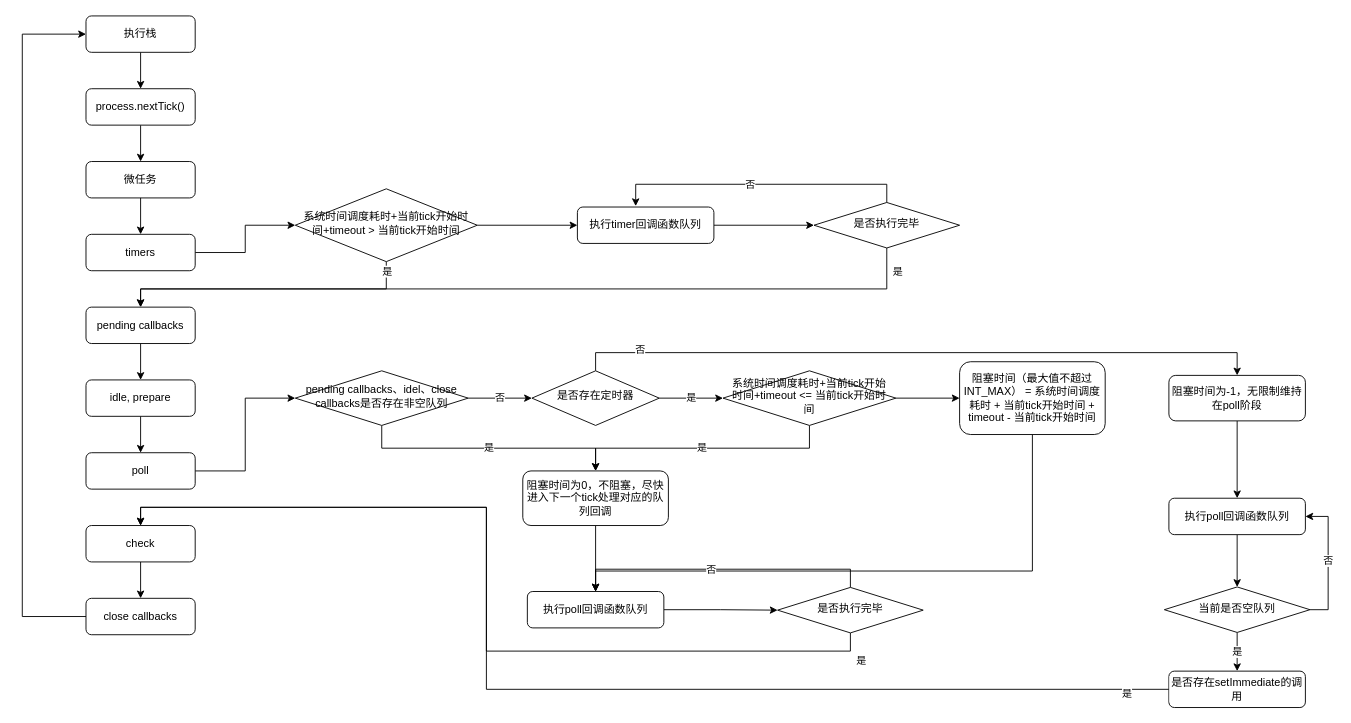
Above: frontend/node_eventloop.drawio in Rockergmail/draw.io (draw.io), before the change. Source tidied: cells renumbered, new cells numbered last; positions are measured from the earlier drawing's top-left corner, leaving out a move shared by most shapes. Both pictures are drawn from the tidied source at 91%, with x=0, y=0 at pixel (22, 15).
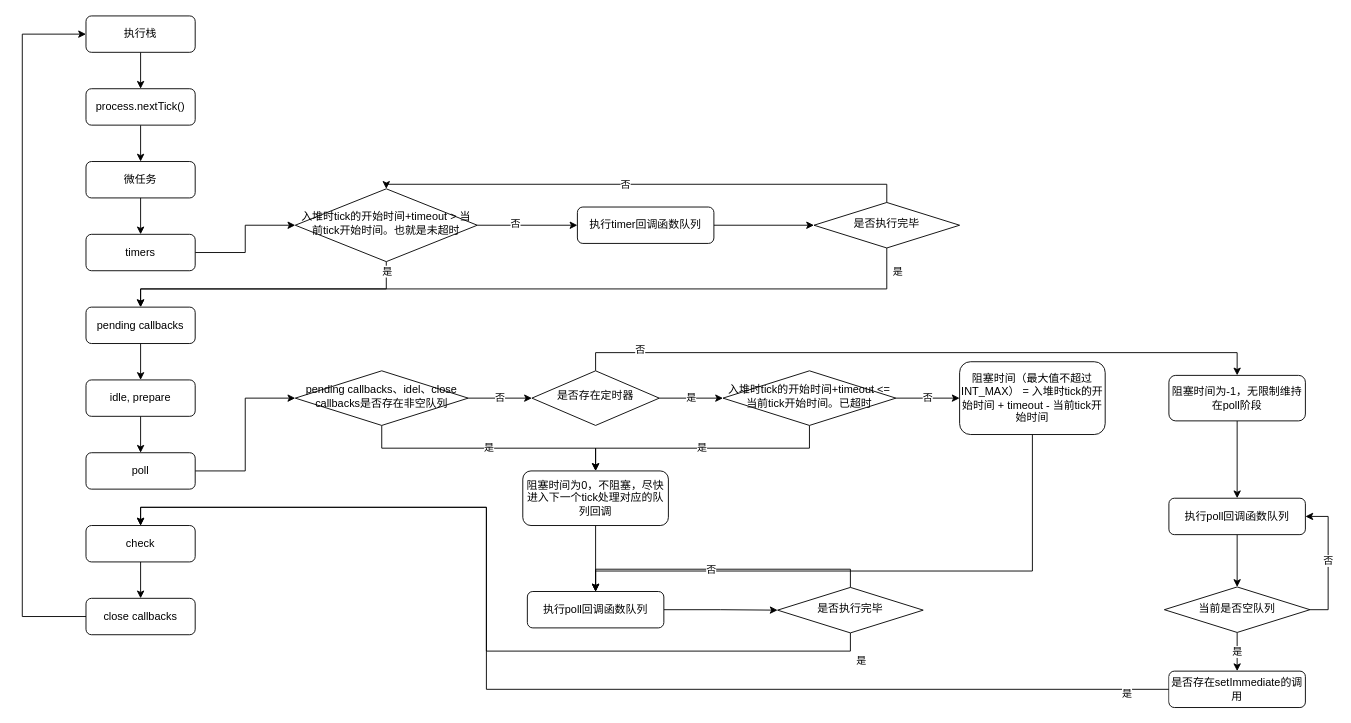
The same page after the edit.

Unchanged cells that the change refers to:
```xml
<mxCell id="8" value="是否执行完毕" style="rhombus;whiteSpace=wrap;html=1;shadow=0;fontFamily=Helvetica;fontSize=12;align=center;strokeWidth=1;spacing=6;spacingTop=-4;fillColor=default;strokeColor=default;fontColor=default;labelBackgroundColor=default;" parent="1" vertex="1">
  <mxGeometry x="870" y="205" width="160" height="50" as="geometry" />
</mxCell>
<mxCell id="31" style="edgeStyle=orthogonalEdgeStyle;rounded=0;jettySize=auto;html=1;exitX=1;exitY=0.5;exitDx=0;exitDy=0;entryX=0;entryY=0.5;entryDx=0;entryDy=0;labelBackgroundColor=default;fontColor=default;strokeColor=default;" parent="1" edge="1" source="32" target="34">
  <mxGeometry relative="1" as="geometry" />
</mxCell>
<mxCell id="34" value="执行timer回调函数队列" style="rounded=1;whiteSpace=wrap;html=1;fontSize=12;glass=0;strokeWidth=1;shadow=0;fillColor=default;strokeColor=default;fontColor=default;labelBackgroundColor=default;" parent="1" vertex="1">
  <mxGeometry x="610" y="210" width="150" height="40" as="geometry" />
</mxCell>
```

Change to the diagram source:
```diff
@@
-    <mxCell id="3" style="edgeStyle=orthogonalEdgeStyle;rounded=0;jettySize=auto;html=1;exitX=0.5;exitY=0;exitDx=0;exitDy=0;entryX=0.427;entryY=-0.025;entryDx=0;entryDy=0;entryPerimeter=0;labelBackgroundColor=default;fontColor=default;strokeColor=default;" parent="1" edge="1" source="8" target="34">
+    <mxCell id="3" style="edgeStyle=orthogonalEdgeStyle;rounded=0;jettySize=auto;html=1;exitX=0.5;exitY=0;exitDx=0;exitDy=0;entryX=0.5;entryY=0;entryDx=0;entryDy=0;labelBackgroundColor=default;fontColor=default;strokeColor=default;" parent="1" edge="1" source="8" target="32">
       <mxGeometry relative="1" as="geometry" />
     </mxCell>
@@
+    <mxCell id="62" value="否" style="edgeLabel;html=1;align=center;verticalAlign=middle;" parent="31" vertex="1">
+      <mxGeometry x="-0.25" y="3" relative="1" as="geometry" />
+    </mxCell>
-    <mxCell id="32" value="系统时间调度耗时+当前tick开始时间+timeout &amp;gt; 当前tick开始时间" style="rhombus;whiteSpace=wrap;html=1;shadow=0;fontFamily=Helvetica;fontSize=12;align=center;strokeWidth=1;spacing=6;spacingTop=-4;fillColor=default;strokeColor=default;fontColor=default;" parent="1" vertex="1">
+    <mxCell id="32" value="入堆时tick的开始时间+timeout &amp;gt; 当前tick开始时间。也就是未超时" style="rhombus;whiteSpace=wrap;html=1;shadow=0;fontFamily=Helvetica;fontSize=12;align=center;strokeWidth=1;spacing=6;spacingTop=-4;fillColor=default;strokeColor=default;fontColor=default;" parent="1" vertex="1">
       <mxGeometry x="300" y="190" width="200" height="80" as="geometry" />
     </mxCell>
@@
-    <mxCell id="36" value="阻塞时间（最大值不超过INT_MAX） = 系统时间调度耗时 + 当前tick开始时间 + timeout - 当前tick开始时间" style="rounded=1;whiteSpace=wrap;html=1;fontSize=12;glass=0;strokeWidth=1;shadow=0;fillColor=default;strokeColor=default;fontColor=default;" parent="1" vertex="1">
+    <mxCell id="36" value="阻塞时间（最大值不超过INT_MAX） = 入堆时tick的开始时间 + timeout&amp;nbsp;- 当前tick开始时间" style="rounded=1;whiteSpace=wrap;html=1;fontSize=12;glass=0;strokeWidth=1;shadow=0;fillColor=default;strokeColor=default;fontColor=default;" parent="1" vertex="1">
       <mxGeometry x="1030" y="380" width="160" height="80" as="geometry" />
     </mxCell>
@@
-    <mxCell id="40" style="edgeStyle=orthogonalEdgeStyle;rounded=0;jettySize=auto;html=1;exitX=1;exitY=0.5;exitDx=0;exitDy=0;labelBackgroundColor=default;fontColor=default;strokeColor=default;entryX=0;entryY=0.5;entryDx=0;entryDy=0;" parent="1" edge="1" source="41" target="36">
+    <mxCell id="40" value="否" style="edgeStyle=orthogonalEdgeStyle;rounded=0;jettySize=auto;html=1;exitX=1;exitY=0.5;exitDx=0;exitDy=0;labelBackgroundColor=default;fontColor=default;strokeColor=default;entryX=0;entryY=0.5;entryDx=0;entryDy=0;" parent="1" edge="1" source="41" target="36">
       <mxGeometry relative="1" as="geometry" />
     </mxCell>
-    <mxCell id="41" value="&lt;span&gt;系统时间调度耗时+当前tick开始时间+timeout &amp;lt;= 当前tick开始时间&lt;/span&gt;" style="rhombus;whiteSpace=wrap;html=1;shadow=0;fontFamily=Helvetica;fontSize=12;align=center;strokeWidth=1;spacing=6;spacingTop=-4;fillColor=default;strokeColor=default;fontColor=default;" parent="1" vertex="1">
+    <mxCell id="41" value="入堆时tick的开始时间&lt;span&gt;+timeout &amp;lt;= 当前tick开始时间。已超时&lt;/span&gt;" style="rhombus;whiteSpace=wrap;html=1;shadow=0;fontFamily=Helvetica;fontSize=12;align=center;strokeWidth=1;spacing=6;spacingTop=-4;fillColor=default;strokeColor=default;fontColor=default;" parent="1" vertex="1">
       <mxGeometry x="770" y="390" width="190" height="60" as="geometry" />
     </mxCell>
```
